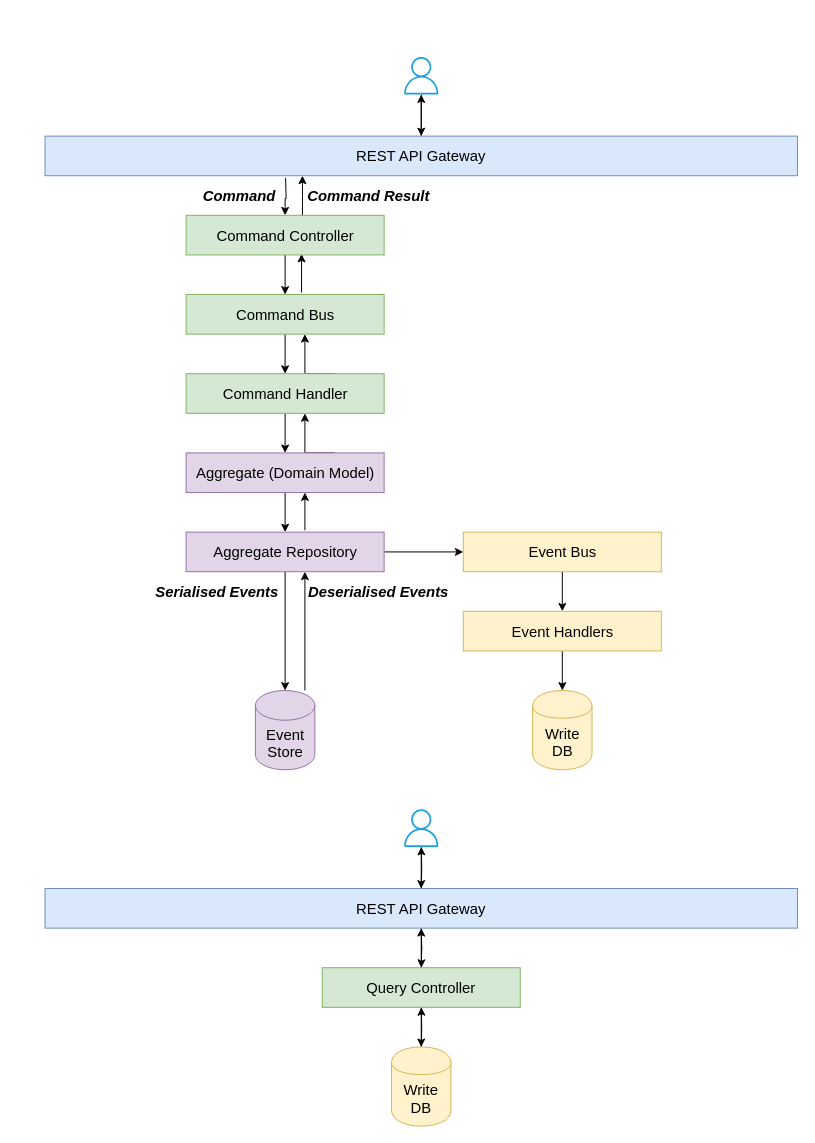
Earlier version of the draw.io diagram Docs/CQRS.drawio (NilavPatel/Todo.CQRS). Source tidied: cells renumbered, new cells numbered last; positions are measured from the earlier drawing's top-left corner, leaving out a move shared by most shapes. Both pictures are drawn from the tidied source at 99%, with x=0, y=0 at pixel (45, 56).
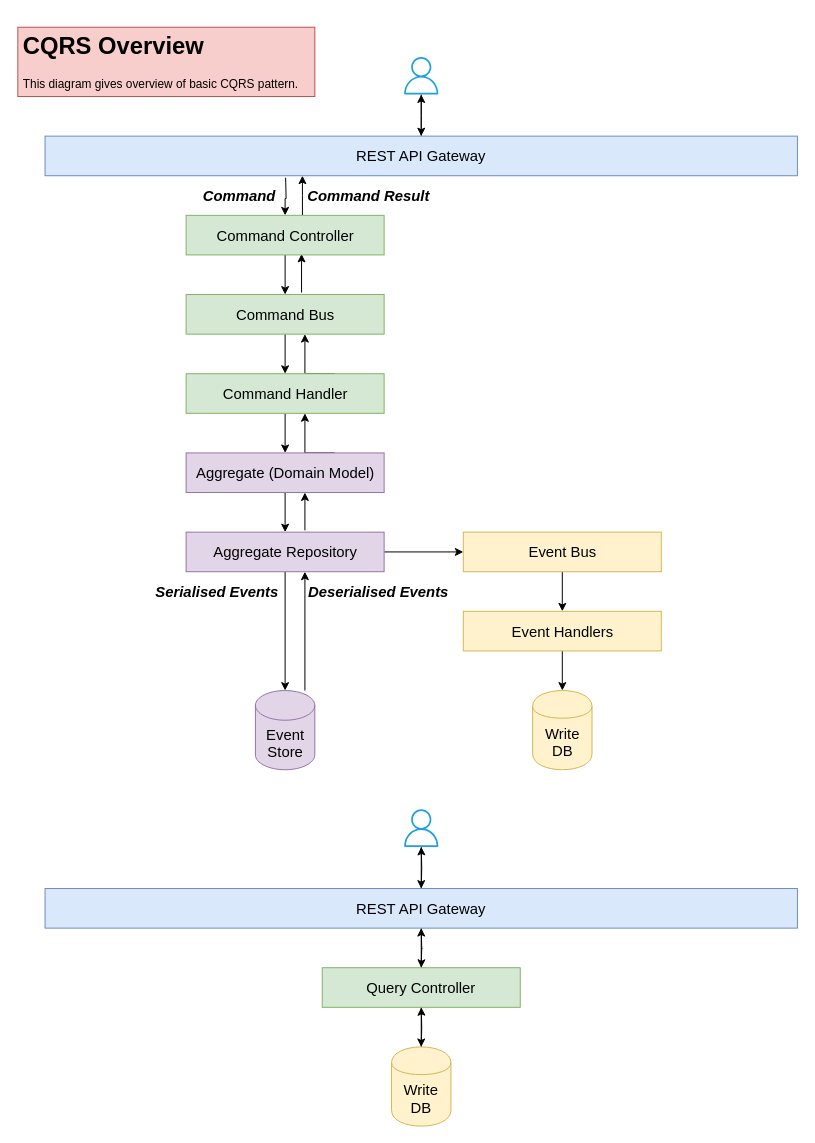
The same diagram, later.

Diff of the diagram source:
```diff
@@
+    <mxCell id="45" value="&lt;h1&gt;CQRS Overview&lt;/h1&gt;&lt;p&gt;This diagram gives overview of basic CQRS pattern.&lt;/p&gt;" style="text;html=1;strokeColor=#b85450;fillColor=#f8cecc;spacing=5;spacingTop=-20;whiteSpace=wrap;overflow=hidden;rounded=0;" parent="1" vertex="1">
+      <mxGeometry x="-27.5" y="-30" width="300" height="70" as="geometry" />
+    </mxCell>
```
